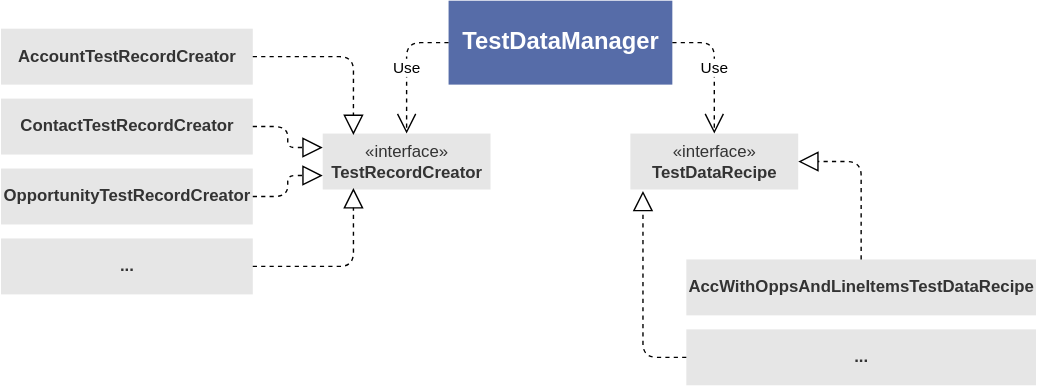
The draw.io diagram hwToolkit/resources/apexTestData-UML-H1.svg in hwconsult/hwconsult.github.io, before a commit. Source tidied: cells renumbered, new cells last; positions are measured from the earlier drawing's top-left corner, leaving out a move shared by most shapes.
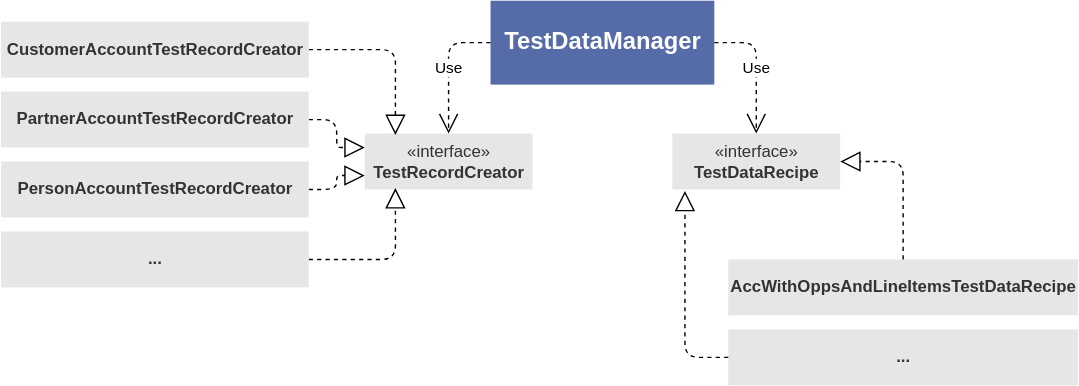
After the commit.

Change to the diagram source:
```diff
@@ -11,31 +11,19 @@
     <mxCell id="4" value="«interface»&lt;br&gt;&lt;b&gt;TestDataRecipe&lt;/b&gt;" style="html=1;strokeColor=none;fillColor=#E6E6E6;fontColor=#333333;" parent="1" vertex="1">
       <mxGeometry x="450" y="95" width="120" height="40" as="geometry" />
     </mxCell>
-    <mxCell id="5" value="AccountTestRecordCreator" style="html=1;strokeColor=none;fillColor=#E6E6E6;fontColor=#333333;fontStyle=1;" parent="1" vertex="1">
-      <mxGeometry y="20" width="180" height="40" as="geometry" />
-    </mxCell>
-    <mxCell id="6" value="ContactTestRecordCreator" style="html=1;strokeColor=none;fillColor=#E6E6E6;fontColor=#333333;fontStyle=1;" parent="1" vertex="1">
-      <mxGeometry y="70" width="180" height="40" as="geometry" />
-    </mxCell>
-    <mxCell id="7" value="OpportunityTestRecordCreator" style="html=1;strokeColor=none;fillColor=#E6E6E6;fontColor=#333333;fontStyle=1;" parent="1" vertex="1">
-      <mxGeometry y="120" width="180" height="40" as="geometry" />
-    </mxCell>
-    <mxCell id="8" value="..." style="html=1;strokeColor=none;fillColor=#E6E6E6;fontColor=#333333;fontStyle=1;" parent="1" vertex="1">
-      <mxGeometry y="170" width="180" height="40" as="geometry" />
-    </mxCell>
     <mxCell id="9" value="Use" style="endArrow=open;endSize=12;dashed=1;html=1;exitX=0;exitY=0.5;exitDx=0;exitDy=0;entryX=0.5;entryY=0;entryDx=0;entryDy=0;edgeStyle=orthogonalEdgeStyle;" parent="1" edge="1" source="2" target="3">
       <mxGeometry relative="1" as="geometry" />
     </mxCell>
     <mxCell id="10" value="Use" style="endArrow=open;endSize=12;dashed=1;html=1;exitX=1;exitY=0.5;exitDx=0;exitDy=0;entryX=0.5;entryY=0;entryDx=0;entryDy=0;edgeStyle=orthogonalEdgeStyle;" parent="1" edge="1" source="2" target="4">
       <mxGeometry relative="1" as="geometry" />
     </mxCell>
-    <mxCell id="11" style="endArrow=block;dashed=1;endFill=0;endSize=12;html=1;exitX=1;exitY=0.5;exitDx=0;exitDy=0;entryX=0.183;entryY=0.025;entryDx=0;entryDy=0;entryPerimeter=0;edgeStyle=orthogonalEdgeStyle;" parent="1" edge="1" source="5" target="3">
+    <mxCell id="11" style="endArrow=block;dashed=1;endFill=0;endSize=12;html=1;exitX=1;exitY=0.5;exitDx=0;exitDy=0;entryX=0.183;entryY=0.025;entryDx=0;entryDy=0;entryPerimeter=0;edgeStyle=orthogonalEdgeStyle;" parent="1" edge="1" source="19" target="3">
       <mxGeometry relative="1" as="geometry" />
     </mxCell>
-    <mxCell id="12" style="endArrow=block;dashed=1;endFill=0;endSize=12;html=1;exitX=1;exitY=0.5;exitDx=0;exitDy=0;edgeStyle=orthogonalEdgeStyle;entryX=0;entryY=0.25;entryDx=0;entryDy=0;" parent="1" edge="1" source="6" target="3">
+    <mxCell id="12" style="endArrow=block;dashed=1;endFill=0;endSize=12;html=1;exitX=1;exitY=0.5;exitDx=0;exitDy=0;edgeStyle=orthogonalEdgeStyle;entryX=0;entryY=0.25;entryDx=0;entryDy=0;" parent="1" edge="1" source="20" target="3">
       <mxGeometry relative="1" as="geometry" />
     </mxCell>
-    <mxCell id="13" style="endArrow=block;dashed=1;endFill=0;endSize=12;html=1;exitX=1;exitY=0.5;exitDx=0;exitDy=0;entryX=0;entryY=0.75;entryDx=0;entryDy=0;edgeStyle=orthogonalEdgeStyle;" parent="1" edge="1" source="7" target="3">
+    <mxCell id="13" style="endArrow=block;dashed=1;endFill=0;endSize=12;html=1;exitX=1;exitY=0.5;exitDx=0;exitDy=0;entryX=0;entryY=0.75;entryDx=0;entryDy=0;edgeStyle=orthogonalEdgeStyle;" parent="1" edge="1" source="21" target="3">
       <mxGeometry relative="1" as="geometry" />
     </mxCell>
     <mxCell id="14" style="endArrow=block;dashed=1;endFill=0;endSize=12;html=1;exitX=1;exitY=0.5;exitDx=0;exitDy=0;entryX=0.183;entryY=0.975;entryDx=0;entryDy=0;entryPerimeter=0;edgeStyle=orthogonalEdgeStyle;" parent="1" edge="1" source="8" target="3">
@@ -55,5 +43,17 @@
         <mxPoint x="459" y="136" as="targetPoint" />
       </mxGeometry>
     </mxCell>
+    <mxCell id="19" value="CustomerAccountTestRecordCreator" style="html=1;strokeColor=none;fillColor=#E6E6E6;fontColor=#333333;fontStyle=1;" parent="1" vertex="1">
+      <mxGeometry x="-30" y="15" width="220" height="40" as="geometry" />
+    </mxCell>
+    <mxCell id="20" value="PartnerAccountTestRecordCreator" style="html=1;strokeColor=none;fillColor=#E6E6E6;fontColor=#333333;fontStyle=1;" parent="1" vertex="1">
+      <mxGeometry x="-30" y="65" width="220" height="40" as="geometry" />
+    </mxCell>
+    <mxCell id="21" value="PersonAccountTestRecordCreator" style="html=1;strokeColor=none;fillColor=#E6E6E6;fontColor=#333333;fontStyle=1;" parent="1" vertex="1">
+      <mxGeometry x="-30" y="115" width="220" height="40" as="geometry" />
+    </mxCell>
+    <mxCell id="8" value="..." style="html=1;strokeColor=none;fillColor=#E6E6E6;fontColor=#333333;fontStyle=1;" parent="1" vertex="1">
+      <mxGeometry x="-30" y="165" width="220" height="40" as="geometry" />
+    </mxCell>
   </root>
 </mxGraphModel>
```
